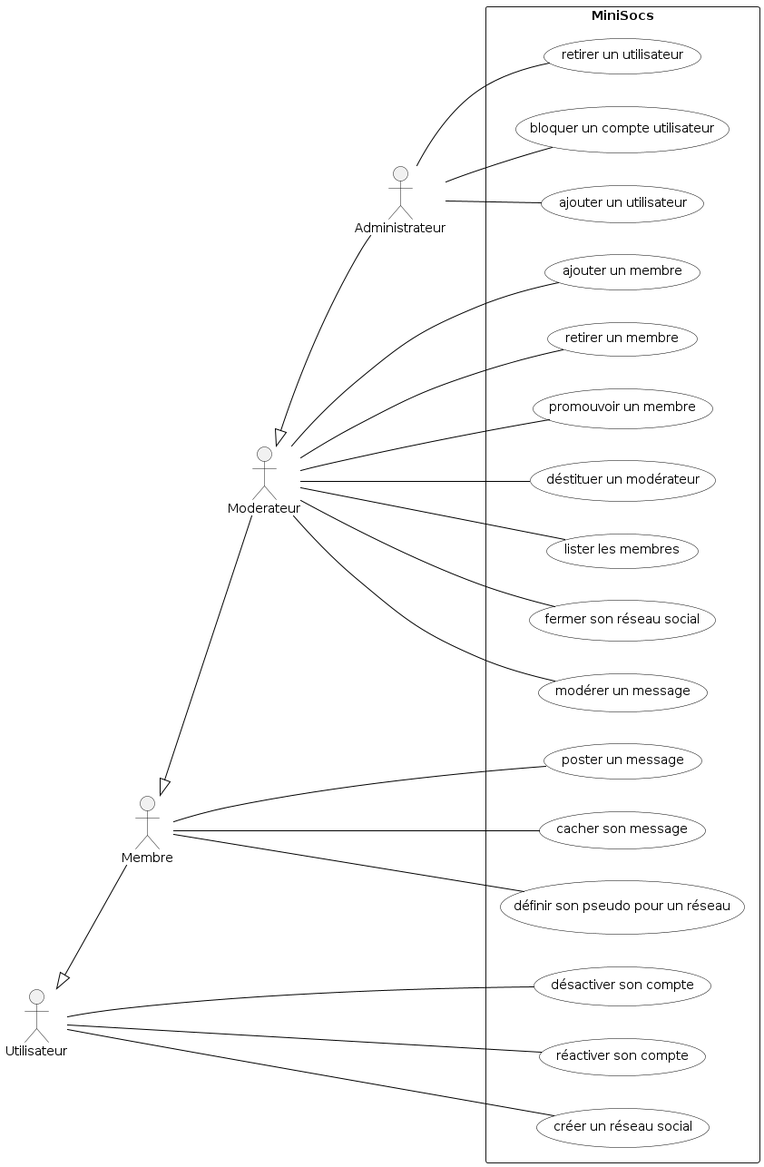
This is Diagrammes/minisocs_uml_diag_cas_utilisation.png from ThELud0/Minisocs, a PlantUML export, as it was before one commit.
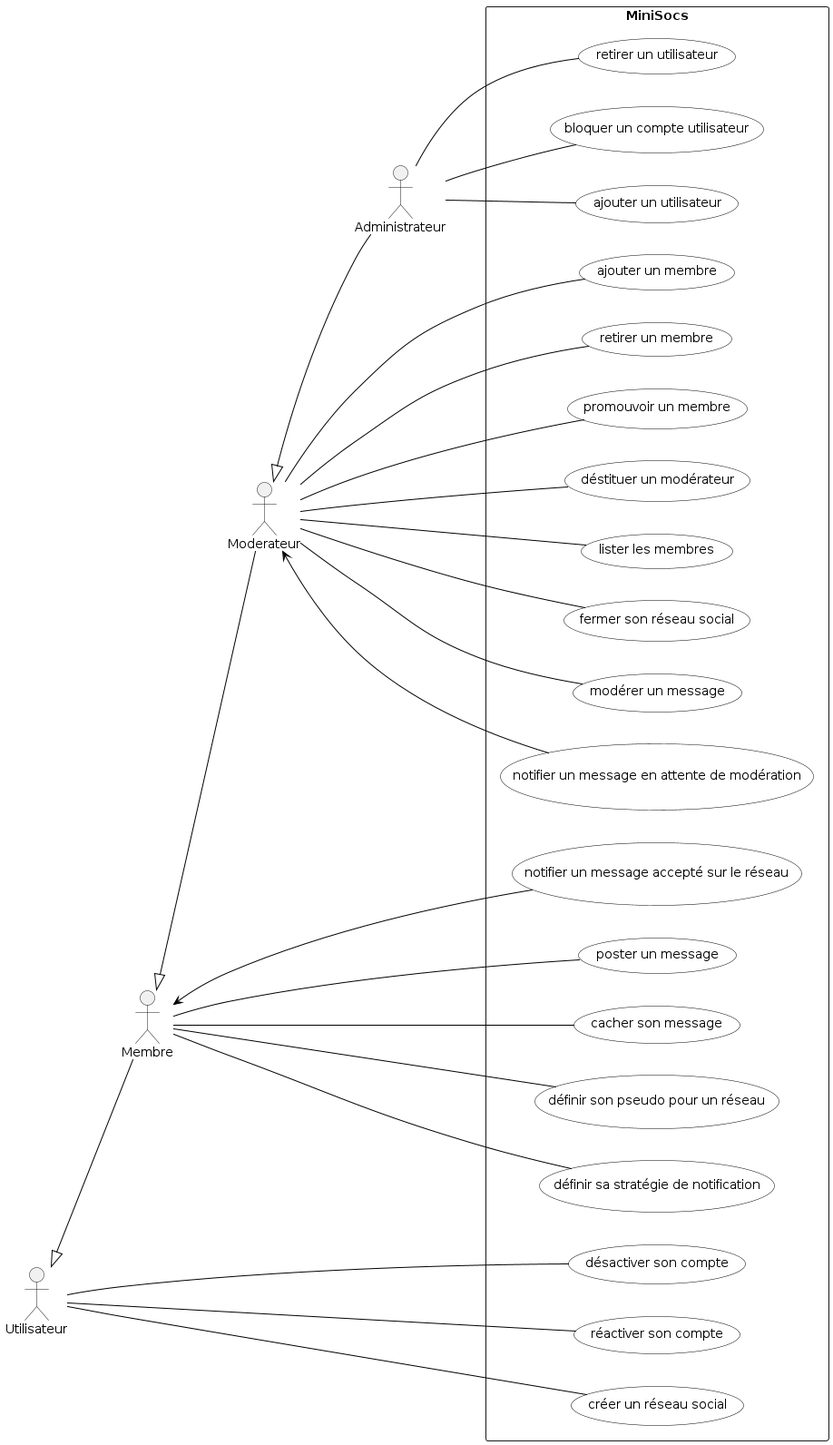
Above is the later version.

Commit message:
Mise à jour diagramme cas d'utilisation pour notif

What changed in the source:
```diff
@@ -29,11 +29,14 @@
 :Moderateur: -- (lister les membres)
 :Moderateur: -- (fermer son réseau social)
 :Moderateur: -- (modérer un message)
+:Moderateur:    <-- (notifier un message en attente de modération)
 :Utilisateur:    -- (désactiver son compte)
 :Utilisateur:    -- (réactiver son compte)
+:Membre:    <-- (notifier un message accepté sur le réseau)
 :Membre:    -- (poster un message)
 :Membre:    -- (cacher son message)
 :Membre:    -- (définir son pseudo pour un réseau)
+:Membre:    -- (définir sa stratégie de notification)
 :Utilisateur:    -- (créer un réseau social)
 }
 
```
